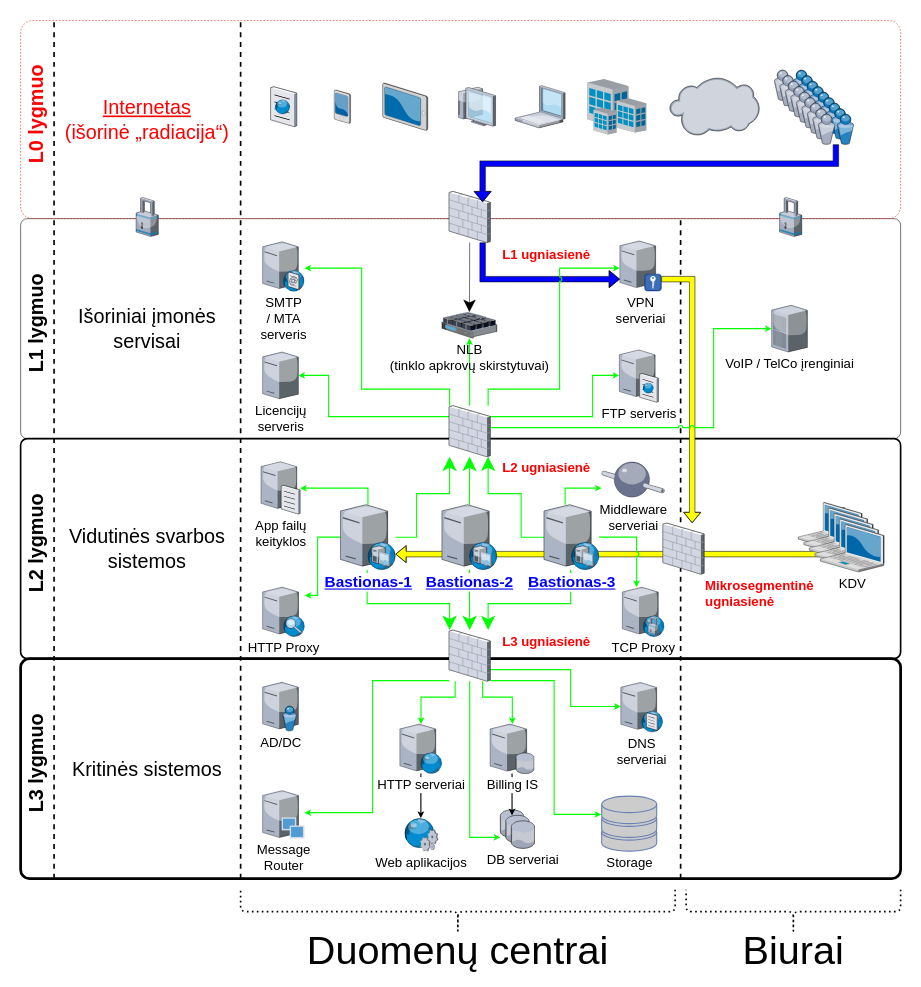
Earlier version of the draw.io diagram Semestras-3/1-Informacijos-saugumo-valdymas/namų-darbai/Saulius-Krasuckas/ND1-IS-diagrama.drawio (sskras/TETfm-20). Source tidied: cells renumbered, new cells numbered last; positions are measured from the earlier drawing's top-left corner, leaving out a move shared by most shapes. Both pictures are drawn from the tidied source at 55%, with x=0, y=0 at pixel (9, 9).
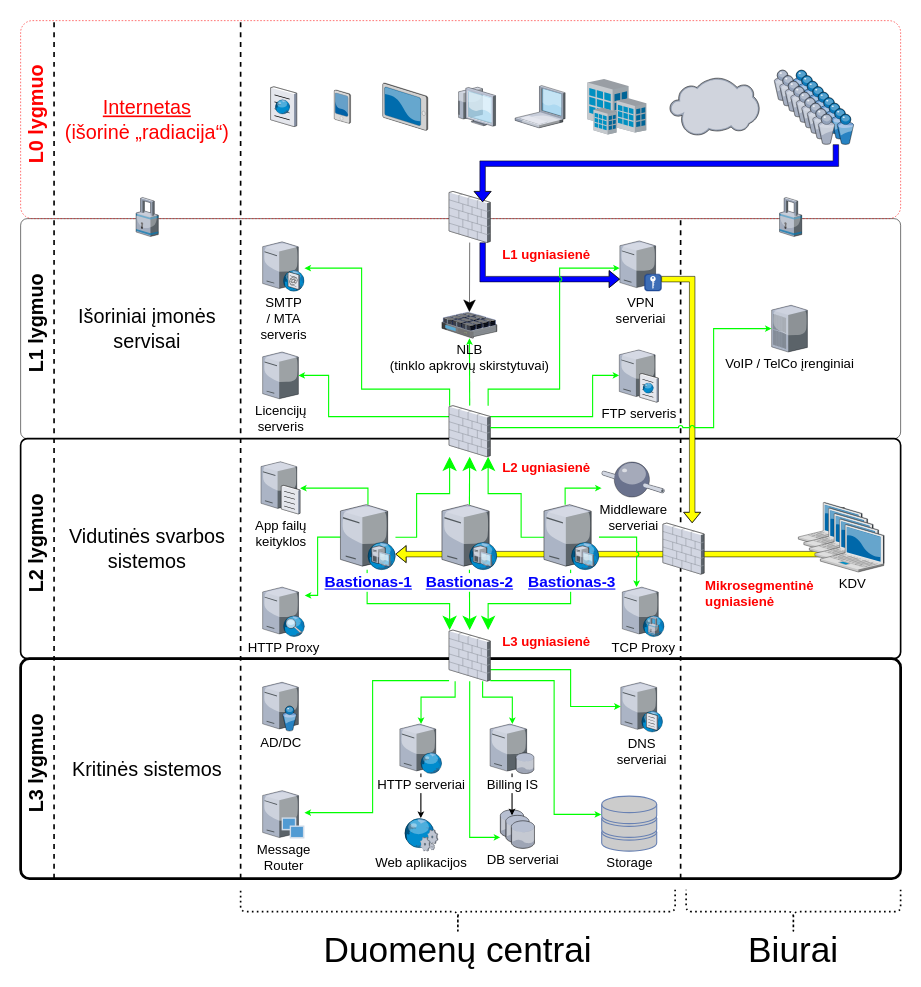
After the change.

Change to the diagram source:
```diff
@@
-    <mxCell id="4" style="rounded=0;whiteSpace=wrap;html=1;strokeColor=none;fillColor=none;" parent="1" vertex="1">
+    <mxCell id="4" style="rounded=0;whiteSpace=wrap;html=1;strokeColor=none;fillColor=none;fontSize=64;" parent="1" vertex="1">
       <mxGeometry width="1640" height="1760" as="geometry" />
     </mxCell>
@@
-    <mxCell id="95" value="&lt;span style=&quot;font-size: 72px&quot;&gt;Duomenų centrai&lt;/span&gt;" style="shape=curlyBracket;whiteSpace=wrap;html=1;rounded=1;flipH=1;direction=north;spacingTop=140;strokeWidth=3;dashed=1;dashPattern=1 2;" parent="1" vertex="1">
+    <mxCell id="95" value="Duomenų centrai" style="shape=curlyBracket;whiteSpace=wrap;html=1;rounded=1;flipH=1;direction=north;spacingTop=140;strokeWidth=3;dashed=1;dashPattern=1 2;fontSize=64;" parent="1" vertex="1">
       <mxGeometry x="420" y="1600" width="790" height="80" as="geometry" />
     </mxCell>
-    <mxCell id="96" value="&lt;span style=&quot;font-size: 72px&quot;&gt;Biurai&lt;/span&gt;" style="shape=curlyBracket;whiteSpace=wrap;html=1;rounded=1;flipH=1;direction=north;spacingTop=140;strokeWidth=3;dashed=1;dashPattern=1 2;" parent="1" vertex="1">
+    <mxCell id="96" value="Biurai" style="shape=curlyBracket;whiteSpace=wrap;html=1;rounded=1;flipH=1;direction=north;spacingTop=140;strokeWidth=3;dashed=1;dashPattern=1 2;fontSize=64;" parent="1" vertex="1">
       <mxGeometry x="1230" y="1600" width="390" height="80" as="geometry" />
     </mxCell>
```
